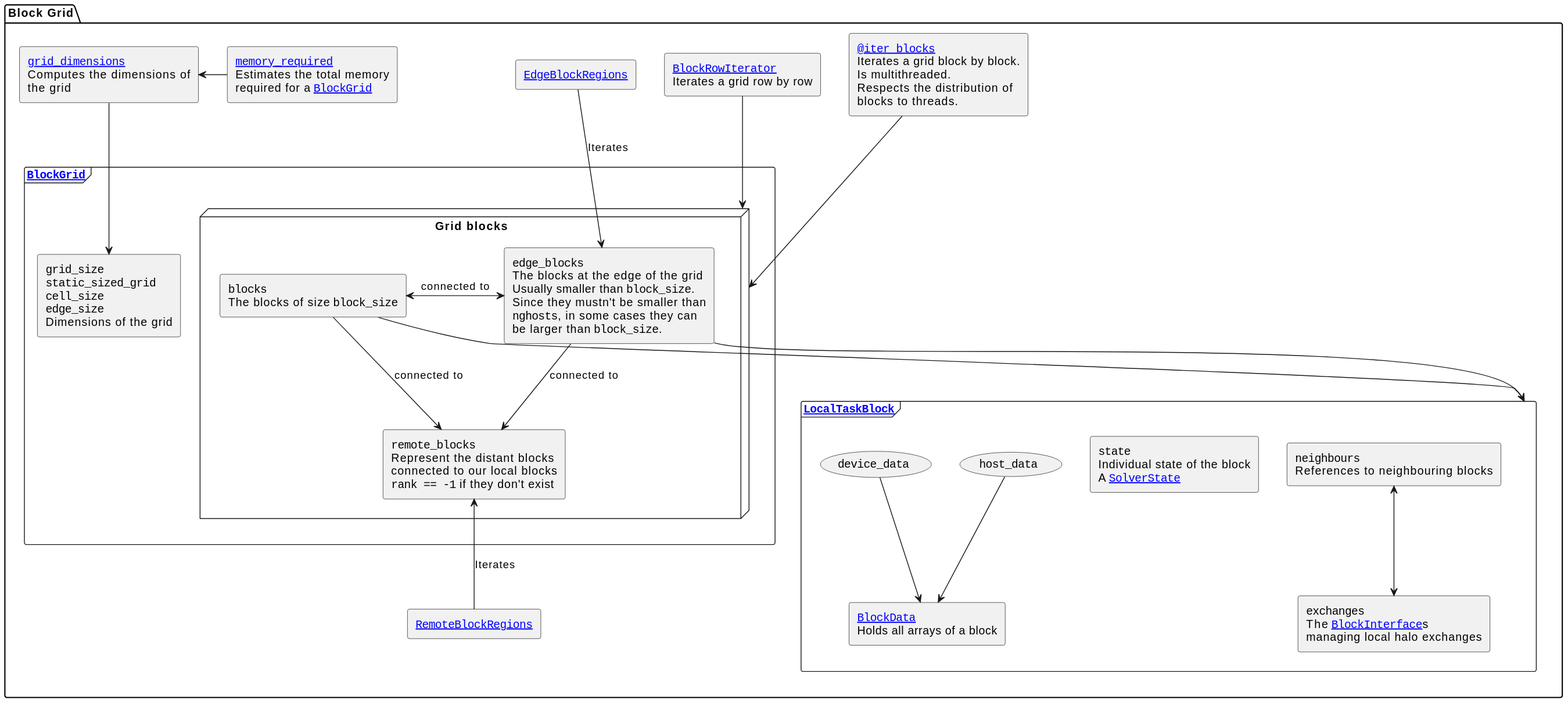
Above: previews/PR17/structure/block_grid.svg in Keluaa/Armon.jl (PlantUML), before the change.
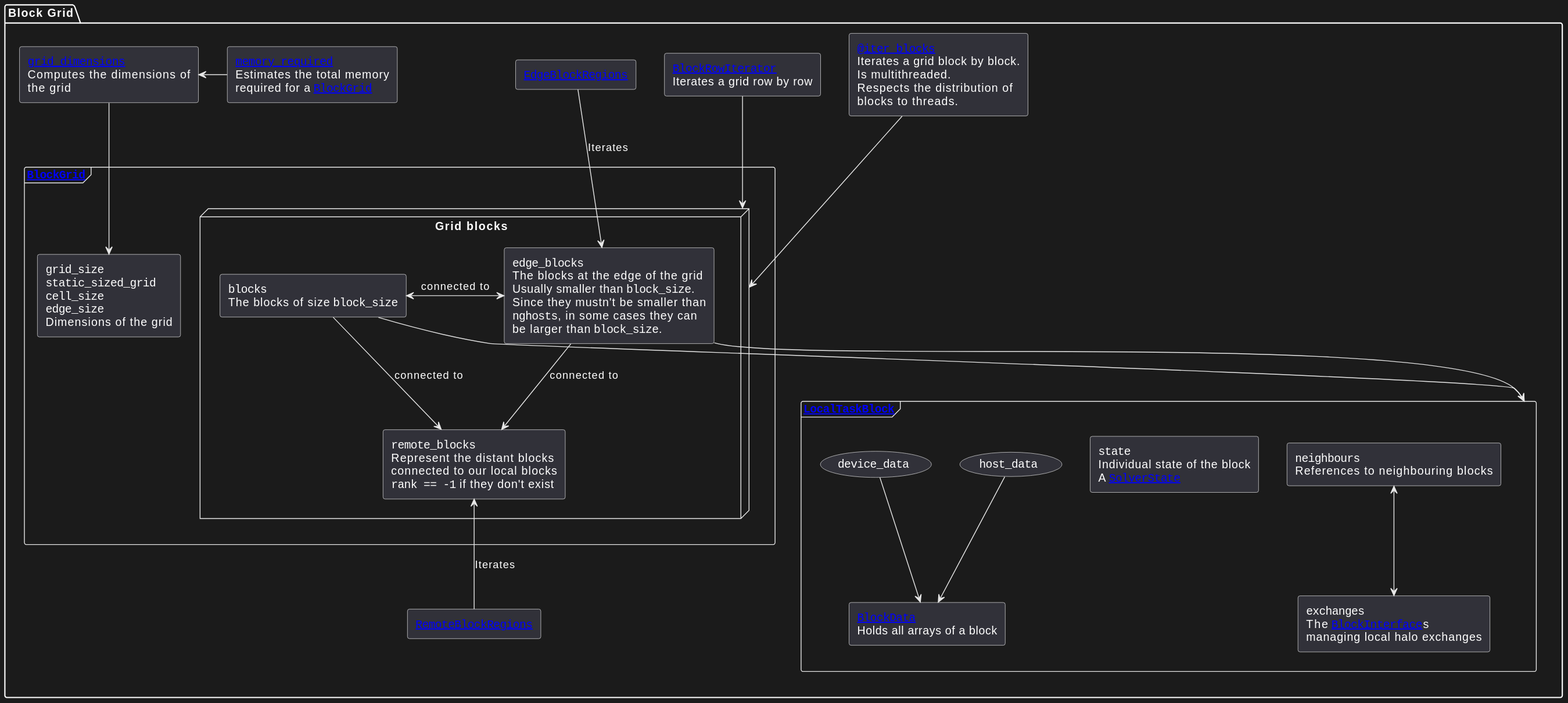
The same diagram one commit later.

The edit, as a diff of the source:
```diff
@@ -90,7 +90,7 @@
 
         rectangle local_task_block_exchanges [
             ""exchanges""
-            The ""[["../block_states/#Armon.BlockInterface" BlockInterface]]""s
+            The ""[["../block_states/#Armon.BlockInterface" BlockInterface]]s""
             managing local halo exchanges
         ]
 
```
